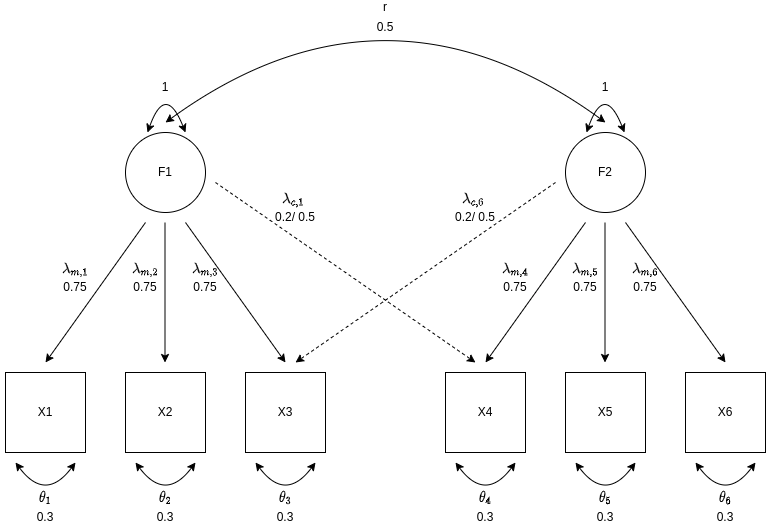
Earlier version of the draw.io export Rmd/figures/model.png (JMBKoch/1vs2StepBayesianRegSEM). Source tidied: cells renumbered, new cells last; positions are measured from the earlier drawing's top-left corner, leaving out a move shared by most shapes.
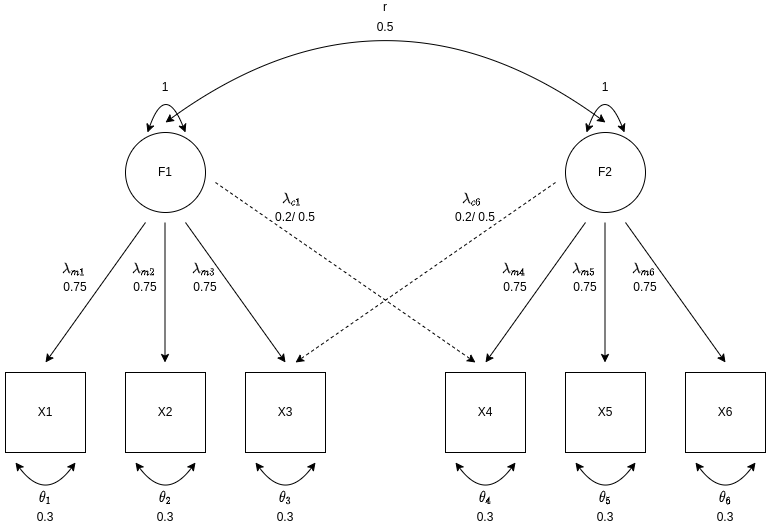
The same file after the commit.

Diff of the diagram source:
```diff
@@ -208,7 +208,7 @@
     <mxCell id="44" value="$$\theta_1$$" style="text;html=1;align=center;verticalAlign=middle;strokeColor=none;fillColor=none;" parent="1" vertex="1">
       <mxGeometry y="525" width="90" height="20" as="geometry" />
     </mxCell>
-    <mxCell id="45" value="&lt;div style=&quot;text-align: center&quot;&gt;&lt;span&gt;&lt;font face=&quot;helvetica&quot;&gt;$$\lambda_{m, 1}$$&lt;/font&gt;&lt;/span&gt;&lt;/div&gt;" style="text;whiteSpace=wrap;html=1;" parent="1" vertex="1">
+    <mxCell id="45" value="&lt;div style=&quot;text-align: center&quot;&gt;&lt;span&gt;&lt;font face=&quot;helvetica&quot;&gt;$$\lambda_{m 1}$$&lt;/font&gt;&lt;/span&gt;&lt;/div&gt;" style="text;whiteSpace=wrap;html=1;" parent="1" vertex="1">
       <mxGeometry x="60" y="280" width="30" height="40" as="geometry" />
     </mxCell>
     <mxCell id="46" value="r" style="text;html=1;strokeColor=none;fillColor=none;align=center;verticalAlign=middle;whiteSpace=wrap;rounded=0;" parent="1" vertex="1">
@@ -229,25 +229,25 @@
     <mxCell id="51" value="$$\theta_6$$" style="text;html=1;align=center;verticalAlign=middle;strokeColor=none;fillColor=none;" parent="1" vertex="1">
       <mxGeometry x="680" y="525" width="90" height="20" as="geometry" />
     </mxCell>
-    <mxCell id="52" value="&lt;div style=&quot;text-align: center&quot;&gt;&lt;span&gt;&lt;font face=&quot;helvetica&quot;&gt;$$\lambda_{m, 2}$$&lt;/font&gt;&lt;/span&gt;&lt;/div&gt;" style="text;whiteSpace=wrap;html=1;" parent="1" vertex="1">
+    <mxCell id="52" value="&lt;div style=&quot;text-align: center&quot;&gt;&lt;span&gt;&lt;font face=&quot;helvetica&quot;&gt;$$\lambda_{m 2}$$&lt;/font&gt;&lt;/span&gt;&lt;/div&gt;" style="text;whiteSpace=wrap;html=1;" parent="1" vertex="1">
       <mxGeometry x="130" y="280" width="30" height="40" as="geometry" />
     </mxCell>
-    <mxCell id="53" value="&lt;div style=&quot;text-align: center&quot;&gt;&lt;span&gt;&lt;font face=&quot;helvetica&quot;&gt;$$\lambda_{m, 3}$$&lt;/font&gt;&lt;/span&gt;&lt;/div&gt;" style="text;whiteSpace=wrap;html=1;" parent="1" vertex="1">
+    <mxCell id="53" value="&lt;div style=&quot;text-align: center&quot;&gt;&lt;span&gt;&lt;font face=&quot;helvetica&quot;&gt;$$\lambda_{m 3}$$&lt;/font&gt;&lt;/span&gt;&lt;/div&gt;" style="text;whiteSpace=wrap;html=1;" parent="1" vertex="1">
       <mxGeometry x="190" y="280" width="30" height="40" as="geometry" />
     </mxCell>
-    <mxCell id="54" value="&lt;div style=&quot;text-align: center&quot;&gt;&lt;span&gt;&lt;font face=&quot;helvetica&quot;&gt;$$\lambda_{m, 4}$$&lt;/font&gt;&lt;/span&gt;&lt;/div&gt;" style="text;whiteSpace=wrap;html=1;" parent="1" vertex="1">
+    <mxCell id="54" value="&lt;div style=&quot;text-align: center&quot;&gt;&lt;span&gt;&lt;font face=&quot;helvetica&quot;&gt;$$\lambda_{m 4}$$&lt;/font&gt;&lt;/span&gt;&lt;/div&gt;" style="text;whiteSpace=wrap;html=1;" parent="1" vertex="1">
       <mxGeometry x="500" y="280" width="30" height="40" as="geometry" />
     </mxCell>
-    <mxCell id="55" value="&lt;div style=&quot;text-align: center&quot;&gt;&lt;span&gt;&lt;font face=&quot;helvetica&quot;&gt;$$\lambda_{m, 5}$$&lt;/font&gt;&lt;/span&gt;&lt;/div&gt;" style="text;whiteSpace=wrap;html=1;" parent="1" vertex="1">
+    <mxCell id="55" value="&lt;div style=&quot;text-align: center&quot;&gt;&lt;span&gt;&lt;font face=&quot;helvetica&quot;&gt;$$\lambda_{m 5}$$&lt;/font&gt;&lt;/span&gt;&lt;/div&gt;" style="text;whiteSpace=wrap;html=1;" parent="1" vertex="1">
       <mxGeometry x="570" y="280" width="30" height="40" as="geometry" />
     </mxCell>
-    <mxCell id="56" value="&lt;div style=&quot;text-align: center&quot;&gt;&lt;span&gt;&lt;font face=&quot;helvetica&quot;&gt;$$\lambda_{m, 6}$$&lt;/font&gt;&lt;/span&gt;&lt;/div&gt;" style="text;whiteSpace=wrap;html=1;" parent="1" vertex="1">
+    <mxCell id="56" value="&lt;div style=&quot;text-align: center&quot;&gt;&lt;span&gt;&lt;font face=&quot;helvetica&quot;&gt;$$\lambda_{m 6}$$&lt;/font&gt;&lt;/span&gt;&lt;/div&gt;" style="text;whiteSpace=wrap;html=1;" parent="1" vertex="1">
       <mxGeometry x="630" y="280" width="30" height="40" as="geometry" />
     </mxCell>
-    <mxCell id="57" value="&lt;div style=&quot;text-align: center&quot;&gt;&lt;span&gt;&lt;font face=&quot;helvetica&quot;&gt;$$\lambda_{c, 1}$$&lt;/font&gt;&lt;/span&gt;&lt;/div&gt;" style="text;whiteSpace=wrap;html=1;" parent="1" vertex="1">
+    <mxCell id="57" value="&lt;div style=&quot;text-align: center&quot;&gt;&lt;span&gt;&lt;font face=&quot;helvetica&quot;&gt;$$\lambda_{c 1}$$&lt;/font&gt;&lt;/span&gt;&lt;/div&gt;" style="text;whiteSpace=wrap;html=1;" parent="1" vertex="1">
       <mxGeometry x="280" y="210" width="30" height="40" as="geometry" />
     </mxCell>
-    <mxCell id="58" value="&lt;div style=&quot;text-align: center&quot;&gt;&lt;span&gt;&lt;font face=&quot;helvetica&quot;&gt;$$\lambda_{c, 6}$$&lt;/font&gt;&lt;/span&gt;&lt;/div&gt;" style="text;whiteSpace=wrap;html=1;" parent="1" vertex="1">
+    <mxCell id="58" value="&lt;div style=&quot;text-align: center&quot;&gt;&lt;span&gt;&lt;font face=&quot;helvetica&quot;&gt;$$\lambda_{c 6}$$&lt;/font&gt;&lt;/span&gt;&lt;/div&gt;" style="text;whiteSpace=wrap;html=1;" parent="1" vertex="1">
       <mxGeometry x="460" y="210" width="30" height="40" as="geometry" />
     </mxCell>
   </root>
```
